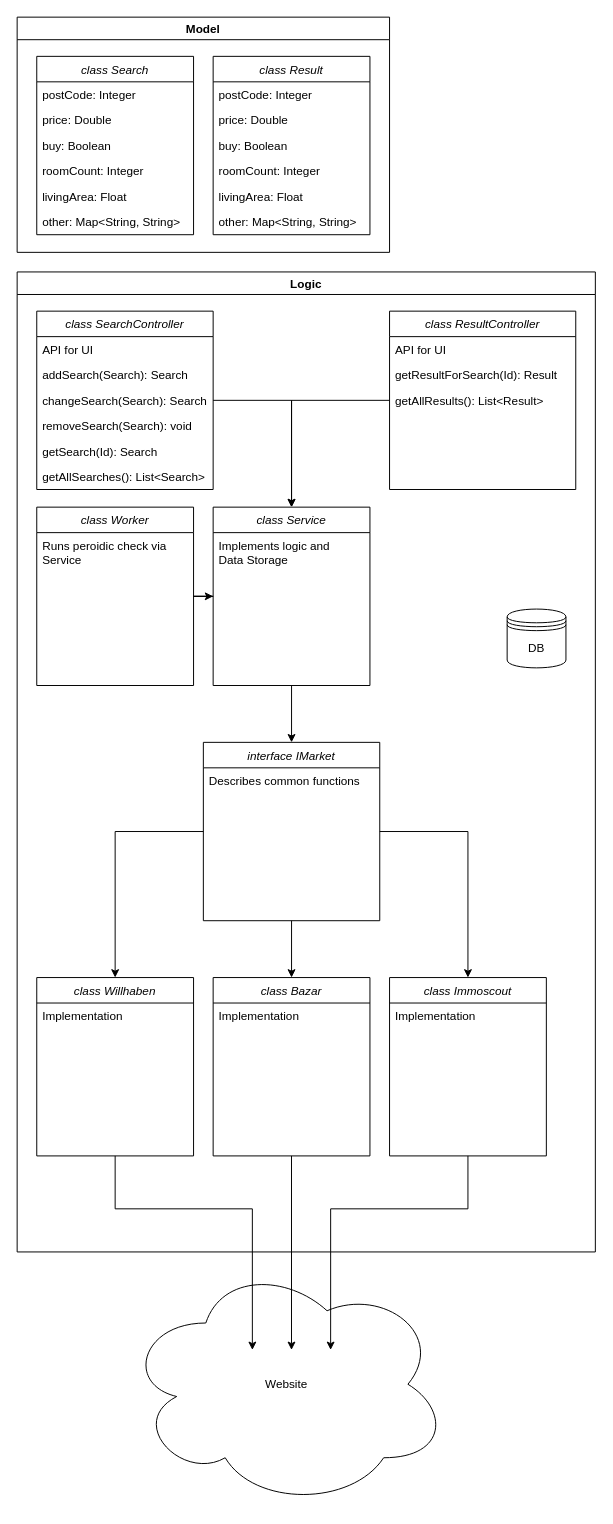
This is WillBot.drawio from dscham/WillBot, a draw.io file, before an edit. Source tidied: cells renumbered, new cells numbered last; positions are measured from the earlier drawing's top-left corner, leaving out a move shared by most shapes. Both pictures are drawn from the tidied source at 98%, with x=0, y=0 at pixel (17, 17).
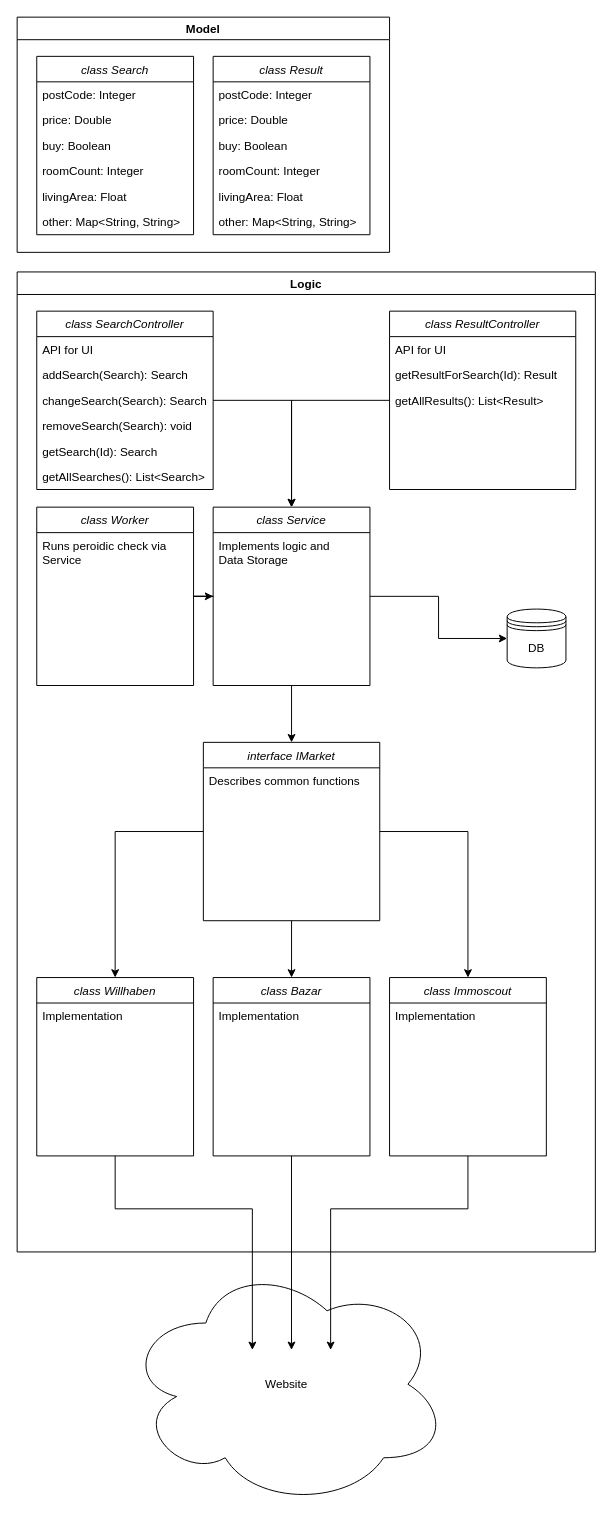
The same diagram, later.

Unchanged cells that the change refers to:
```xml
<mxCell id="17" value="Logic" style="swimlane;" parent="1" vertex="1">
  <mxGeometry y="260" width="590" height="1000" as="geometry" />
</mxCell>
<mxCell id="26" value="class Service" style="swimlane;fontStyle=2;align=center;verticalAlign=top;horizontal=1;startSize=26;rounded=0;shadow=0;strokeWidth=1;" parent="17" vertex="1">
  <mxGeometry x="200" y="240" width="160" height="182" as="geometry" />
</mxCell>
<mxCell id="45" value="DB" style="shape=datastore;whiteSpace=wrap;html=1;" parent="17" vertex="1">
  <mxGeometry x="500" y="344" width="60" height="60" as="geometry" />
</mxCell>
```

Diff of the diagram source:
```diff
@@
+    <mxCell id="53" style="edgeStyle=orthogonalEdgeStyle;rounded=0;jettySize=auto;html=1;entryX=0;entryY=0.5;entryDx=0;entryDy=0;" parent="17" edge="1" source="26" target="45">
+      <mxGeometry relative="1" as="geometry" />
+    </mxCell>
```
